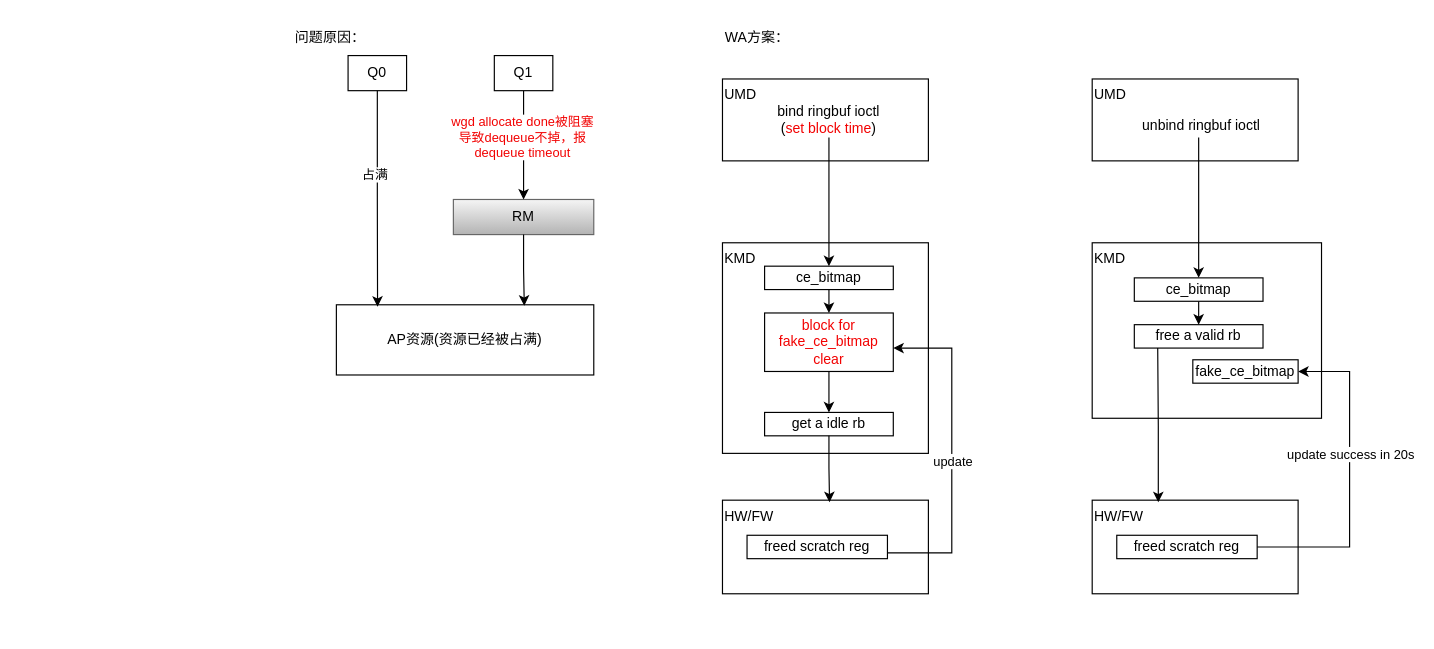
This is FAKE DEQUEUE.drawio from denglin12315/drawio_repo, a draw.io file, before an edit. Source tidied: cells renumbered, new cells numbered last; positions are measured from the earlier drawing's top-left corner, leaving out a move shared by most shapes. Both pictures are drawn from the tidied source at 117%, with x=0, y=0 at pixel (289, 20).
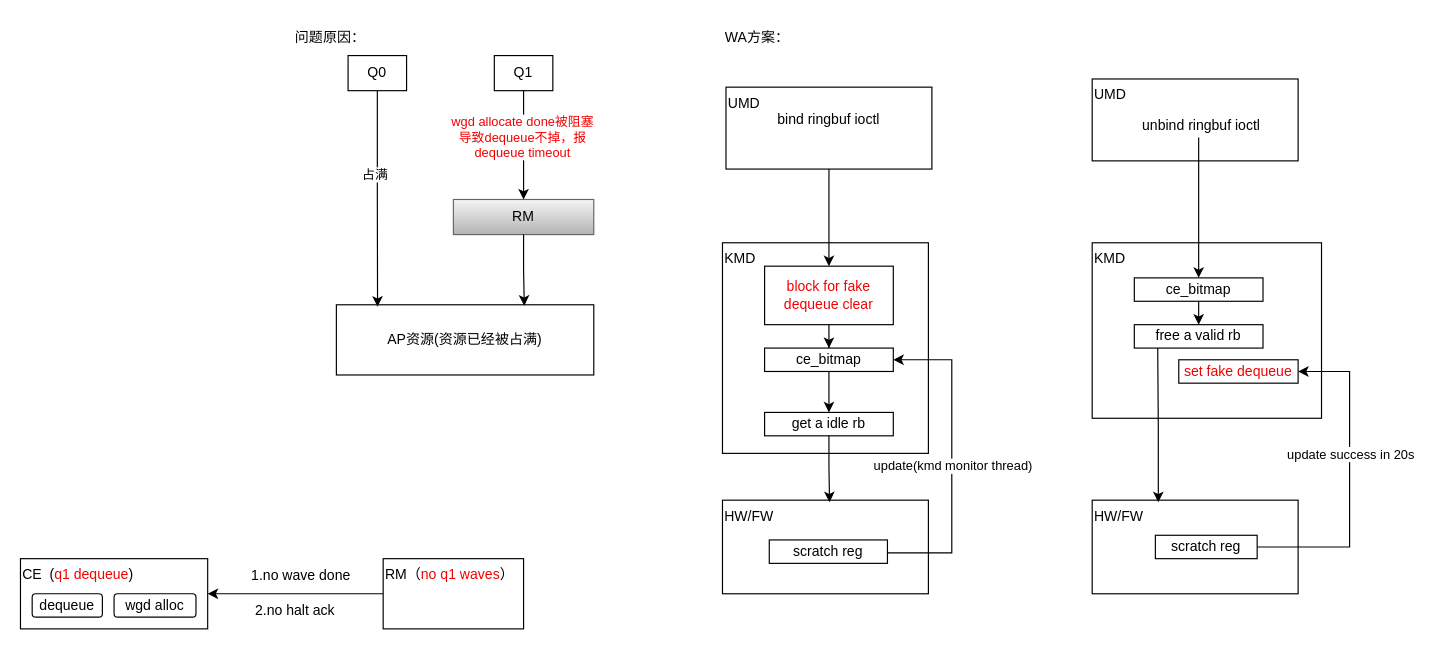
The same diagram, later.

Unchanged cells that the change refers to:
```xml
<mxCell id="10" value="get a idle rb" style="rounded=0;whiteSpace=wrap;html=1;" parent="1" vertex="1">
  <mxGeometry x="406" y="335" width="110" height="20" as="geometry" />
</mxCell>
```

The edit, as a diff of the source:
```diff
@@
-    <mxCell id="3" style="edgeStyle=orthogonalEdgeStyle;rounded=0;jettySize=auto;html=1;exitX=0.5;exitY=1;exitDx=0;exitDy=0;entryX=0.5;entryY=0;entryDx=0;entryDy=0;" parent="1" edge="1" source="4" target="10">
-      <mxGeometry relative="1" as="geometry" />
+    <mxCell id="3" style="edgeStyle=orthogonalEdgeStyle;rounded=0;jettySize=auto;html=1;exitX=0.5;exitY=1;exitDx=0;exitDy=0;entryX=0.5;entryY=0;entryDx=0;entryDy=0;" parent="1" edge="1" target="10">
+      <mxGeometry relative="1" as="geometry">
+        <mxPoint x="461" y="300" as="sourcePoint" />
+      </mxGeometry>
     </mxCell>
-    <mxCell id="4" value="&lt;div&gt;&lt;font style=&quot;color: rgb(242, 2, 2);&quot;&gt;block for&lt;/font&gt;&lt;/div&gt;&lt;font style=&quot;color: rgb(242, 2, 2);&quot;&gt;fake_ce_bitmap&lt;/font&gt;&lt;div&gt;&lt;font style=&quot;color: rgb(242, 2, 2);&quot;&gt;clear&lt;/font&gt;&lt;/div&gt;" style="rounded=0;whiteSpace=wrap;html=1;" parent="1" vertex="1">
-      <mxGeometry x="406" y="250" width="110" height="50" as="geometry" />
-    </mxCell>
-    <mxCell id="5" style="edgeStyle=orthogonalEdgeStyle;rounded=0;jettySize=auto;html=1;exitX=0.5;exitY=1;exitDx=0;exitDy=0;entryX=0.5;entryY=0;entryDx=0;entryDy=0;" parent="1" edge="1" source="6" target="4">
-      <mxGeometry relative="1" as="geometry" />
-    </mxCell>
     <mxCell id="6" value="ce_bitmap" style="rounded=0;whiteSpace=wrap;html=1;" parent="1" vertex="1">
-      <mxGeometry x="406" y="210" width="110" height="20" as="geometry" />
+      <mxGeometry x="406" y="280" width="110" height="20" as="geometry" />
     </mxCell>
     <mxCell id="7" value="UMD" style="rounded=0;whiteSpace=wrap;html=1;verticalAlign=top;align=left;" parent="1" vertex="1">
-      <mxGeometry x="370" y="50" width="176" height="70" as="geometry" />
+      <mxGeometry x="373" y="57" width="176" height="70" as="geometry" />
     </mxCell>
-    <mxCell id="8" style="endArrow=classic;html=1;rounded=0;entryX=0.5;entryY=0;entryDx=0;entryDy=0;" parent="1" edge="1" target="6">
-      <mxGeometry relative="1" as="geometry">
-        <mxPoint x="461" y="100" as="sourcePoint" />
-      </mxGeometry>
-    </mxCell>
-    <mxCell id="9" value="bind ringbuf ioctl&lt;div&gt;(&lt;font style=&quot;color: rgb(242, 2, 2);&quot;&gt;set block time&lt;/font&gt;)&lt;/div&gt;" style="text;html=1;align=center;verticalAlign=middle;whiteSpace=wrap;rounded=0;" parent="1" vertex="1">
+    <mxCell id="9" value="bind ringbuf ioctl" style="text;html=1;align=center;verticalAlign=middle;whiteSpace=wrap;rounded=0;" parent="1" vertex="1">
       <mxGeometry x="411" y="70" width="100" height="30" as="geometry" />
     </mxCell>
@@
-    <mxCell id="12" style="edgeStyle=orthogonalEdgeStyle;rounded=0;orthogonalLoop=1;jettySize=auto;html=1;exitX=1;exitY=0.5;exitDx=0;exitDy=0;entryX=1;entryY=0.5;entryDx=0;entryDy=0;" parent="1" edge="1">
+    <mxCell id="12" style="edgeStyle=orthogonalEdgeStyle;rounded=0;jettySize=auto;html=1;exitX=1;exitY=0.5;exitDx=0;exitDy=0;entryX=1;entryY=0.5;entryDx=0;entryDy=0;" parent="1" edge="1" target="6">
       <mxGeometry relative="1" as="geometry">
         <mxPoint x="511" y="455" as="sourcePoint" />
-        <mxPoint x="516" y="280" as="targetPoint" />
         <Array as="points">
           <mxPoint x="566" y="455" />
-          <mxPoint x="566" y="280" />
+          <mxPoint x="566" y="290" />
         </Array>
       </mxGeometry>
     </mxCell>
-    <mxCell id="13" value="update" style="edgeLabel;html=1;align=center;verticalAlign=middle;" parent="12" vertex="1">
+    <mxCell id="13" value="update(kmd monitor thread)" style="edgeLabel;html=1;align=center;verticalAlign=middle;" parent="12" vertex="1">
       <mxGeometry x="-0.04" relative="1" as="geometry" />
     </mxCell>
-    <mxCell id="14" value="freed scratch reg" style="rounded=0;whiteSpace=wrap;html=1;" parent="1" vertex="1">
-      <mxGeometry x="391" y="440" width="120" height="20" as="geometry" />
+    <mxCell id="14" value="scratch reg" style="rounded=0;whiteSpace=wrap;html=1;" parent="1" vertex="1">
+      <mxGeometry x="410" y="444" width="101" height="20" as="geometry" />
     </mxCell>
@@
-    <mxCell id="24" value="freed scratch reg" style="rounded=0;whiteSpace=wrap;html=1;" parent="1" vertex="1">
-      <mxGeometry x="707" y="440" width="120" height="20" as="geometry" />
+    <mxCell id="24" value="scratch reg" style="rounded=0;whiteSpace=wrap;html=1;" parent="1" vertex="1">
+      <mxGeometry x="740" y="440" width="87" height="20" as="geometry" />
     </mxCell>
@@
-    <mxCell id="28" value="fake_ce_bitmap" style="rounded=0;whiteSpace=wrap;html=1;" parent="1" vertex="1">
-      <mxGeometry x="772" y="290" width="90" height="20" as="geometry" />
+    <mxCell id="28" value="&lt;font style=&quot;color: rgb(242, 2, 2);&quot;&gt;set fake dequeue&lt;/font&gt;" style="rounded=0;whiteSpace=wrap;html=1;" parent="1" vertex="1">
+      <mxGeometry x="760" y="290" width="102" height="20" as="geometry" />
     </mxCell>
@@
+    <mxCell id="40" value="CE&amp;nbsp; (&lt;font style=&quot;color: rgb(242, 2, 2);&quot;&gt;q1 dequeue&lt;/font&gt;)" style="rounded=0;whiteSpace=wrap;html=1;verticalAlign=top;align=left;" parent="1" vertex="1">
+      <mxGeometry x="-230" y="460" width="160" height="60" as="geometry" />
+    </mxCell>
+    <mxCell id="41" style="edgeStyle=orthogonalEdgeStyle;rounded=0;jettySize=auto;html=1;exitX=0;exitY=0.5;exitDx=0;exitDy=0;entryX=1;entryY=0.5;entryDx=0;entryDy=0;" parent="1" edge="1" source="42" target="40">
+      <mxGeometry relative="1" as="geometry" />
+    </mxCell>
+    <mxCell id="42" value="RM（&lt;font style=&quot;color: rgb(242, 2, 2);&quot;&gt;no q1 waves&lt;/font&gt;）" style="rounded=0;whiteSpace=wrap;html=1;verticalAlign=top;align=left;" parent="1" vertex="1">
+      <mxGeometry x="80" y="460" width="120" height="60" as="geometry" />
+    </mxCell>
+    <mxCell id="43" value="wgd alloc" style="rounded=1;whiteSpace=wrap;html=1;" parent="1" vertex="1">
+      <mxGeometry x="-150" y="490" width="70" height="20" as="geometry" />
+    </mxCell>
+    <mxCell id="44" value="dequeue" style="rounded=1;whiteSpace=wrap;html=1;" parent="1" vertex="1">
+      <mxGeometry x="-220" y="490" width="60" height="20" as="geometry" />
+    </mxCell>
+    <mxCell id="45" value="1.no wave done" style="text;html=1;align=center;verticalAlign=middle;whiteSpace=wrap;rounded=0;" parent="1" vertex="1">
+      <mxGeometry x="-40" y="460" width="100" height="30" as="geometry" />
+    </mxCell>
+    <mxCell id="46" value="2.no halt ack" style="text;html=1;align=center;verticalAlign=middle;whiteSpace=wrap;rounded=0;" parent="1" vertex="1">
+      <mxGeometry x="-40" y="490" width="90" height="30" as="geometry" />
+    </mxCell>
+    <mxCell id="47" style="edgeStyle=orthogonalEdgeStyle;rounded=0;jettySize=auto;html=1;exitX=0.5;exitY=1;exitDx=0;exitDy=0;" parent="1" edge="1" source="48" target="6">
+      <mxGeometry relative="1" as="geometry" />
+    </mxCell>
+    <mxCell id="48" value="&lt;div&gt;&lt;font color=&quot;#f20202&quot;&gt;block for fake dequeue clear&lt;/font&gt;&lt;/div&gt;" style="rounded=0;whiteSpace=wrap;html=1;" parent="1" vertex="1">
+      <mxGeometry x="406" y="210" width="110" height="50" as="geometry" />
+    </mxCell>
+    <mxCell id="49" style="edgeStyle=orthogonalEdgeStyle;rounded=0;jettySize=auto;html=1;exitX=0.5;exitY=1;exitDx=0;exitDy=0;entryX=0.5;entryY=0;entryDx=0;entryDy=0;" parent="1" edge="1" source="7" target="48">
+      <mxGeometry relative="1" as="geometry" />
+    </mxCell>
```
